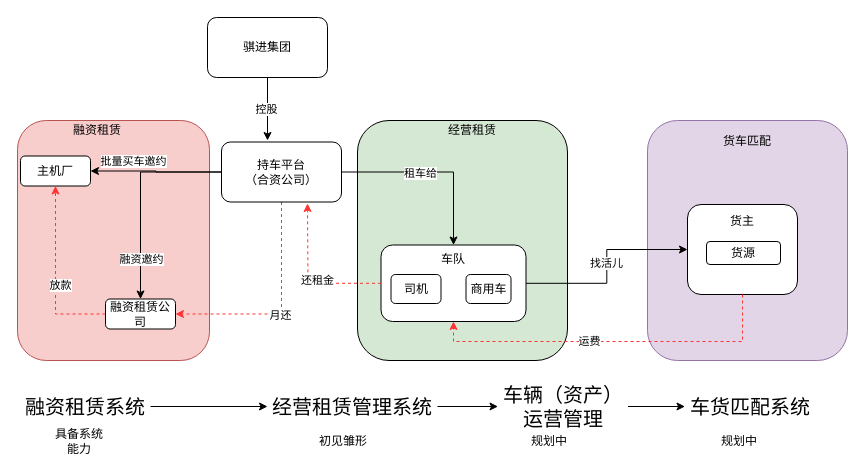
XiongZen/QJReconstitution keeps this draw.io diagram as 物流-科技蓝图.drawio. Above is the earlier version. Source tidied: cells renumbered, new cells numbered last; positions are measured from the earlier drawing's top-left corner, leaving out a move shared by most shapes. Both pictures are drawn from the tidied source at 100%, with x=0, y=0 at pixel (17, 17).
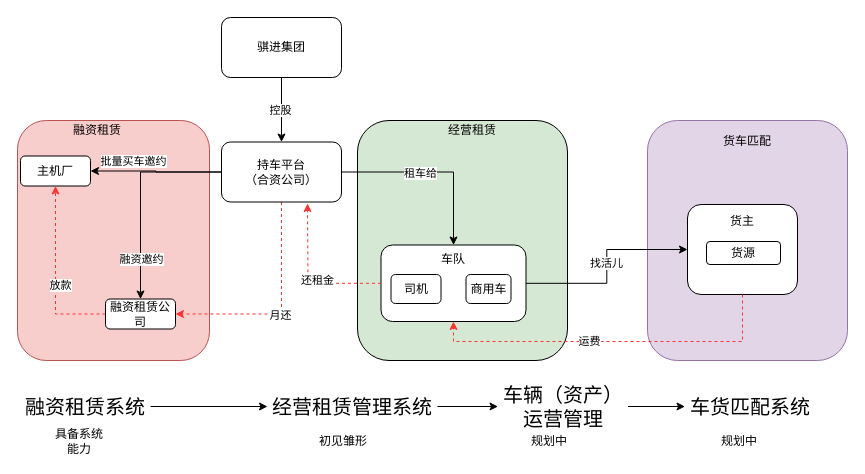
After the change.

Commit message (it also covers changes not shown here):
Update 物流-科技蓝图.drawio

The change refers to these unchanged cells:
```xml
<mxCell id="17" value="持车平台&lt;div&gt;（合资公司）&lt;/div&gt;" style="whiteSpace=wrap;html=1;rounded=1;" parent="1" vertex="1">
  <mxGeometry x="204" y="124.5" width="120" height="60" as="geometry" />
</mxCell>
```

Change to the diagram source:
```diff
@@
-    <mxCell id="18" style="edgeStyle=orthogonalEdgeStyle;rounded=0;jettySize=auto;html=1;" parent="1" edge="1" source="20">
-      <mxGeometry relative="1" as="geometry">
-        <mxPoint x="250" y="123" as="targetPoint" />
-      </mxGeometry>
+    <mxCell id="18" style="edgeStyle=orthogonalEdgeStyle;rounded=0;jettySize=auto;html=1;entryX=0.5;entryY=0;entryDx=0;entryDy=0;" parent="1" edge="1" source="20" target="17">
+      <mxGeometry relative="1" as="geometry" />
     </mxCell>
@@
     <mxCell id="20" value="骐进集团" style="rounded=1;whiteSpace=wrap;html=1;" parent="1" vertex="1">
-      <mxGeometry x="190" width="120" height="60" as="geometry" />
+      <mxGeometry x="204" width="120" height="60" as="geometry" />
     </mxCell>
```
